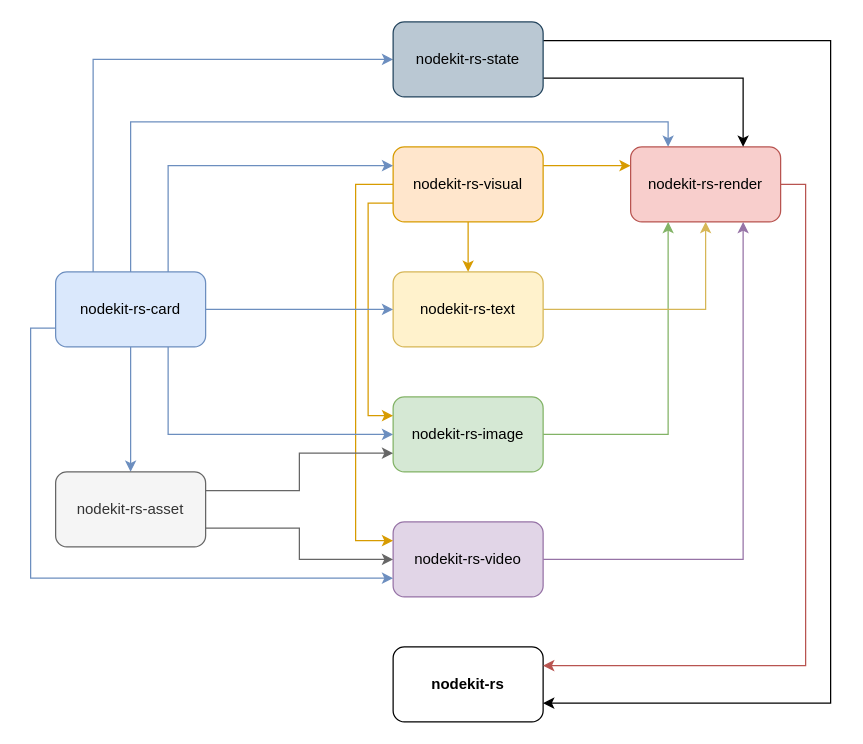
Above: nodekit-rs/images/nodekit-rs.drawio in intelligence-observatory/nodekit (draw.io), before the change. Source tidied: cells renumbered, new cells numbered last; positions are measured from the earlier drawing's top-left corner, leaving out a move shared by most shapes. Both pictures are drawn from the tidied source at 125%, with x=0, y=0 at pixel (55, 21).
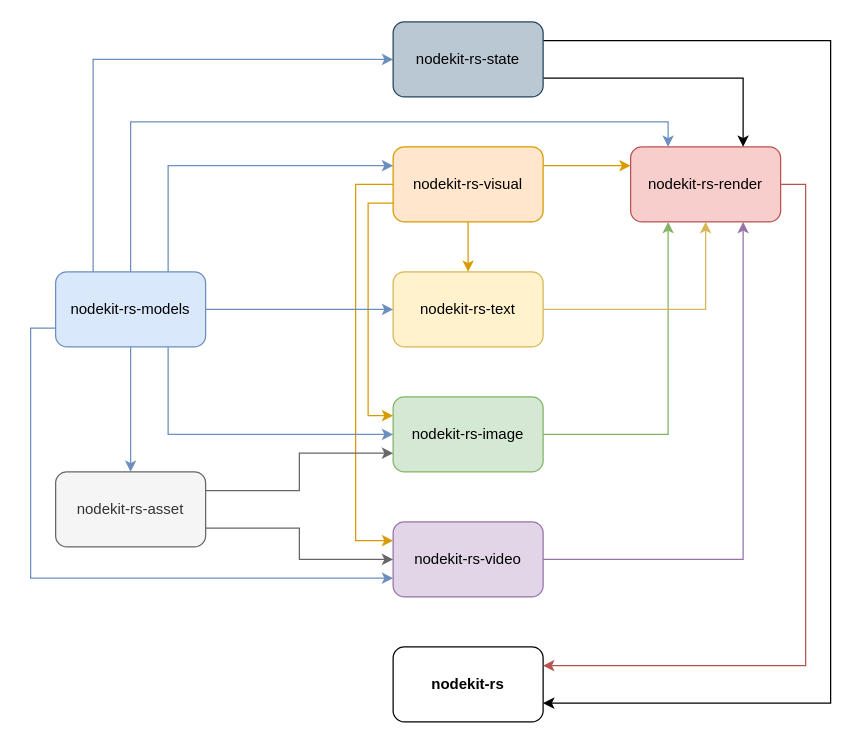
After the change.

Change to the diagram source:
```diff
@@
-    <mxCell id="26" value="nodekit-rs-card" style="rounded=1;whiteSpace=wrap;html=1;fillColor=#dae8fc;strokeColor=#6c8ebf;" parent="1" vertex="1">
+    <mxCell id="26" value="nodekit-rs-models" style="rounded=1;whiteSpace=wrap;html=1;fillColor=#dae8fc;strokeColor=#6c8ebf;" parent="1" vertex="1">
       <mxGeometry y="200" width="120" height="60" as="geometry" />
     </mxCell>
```
